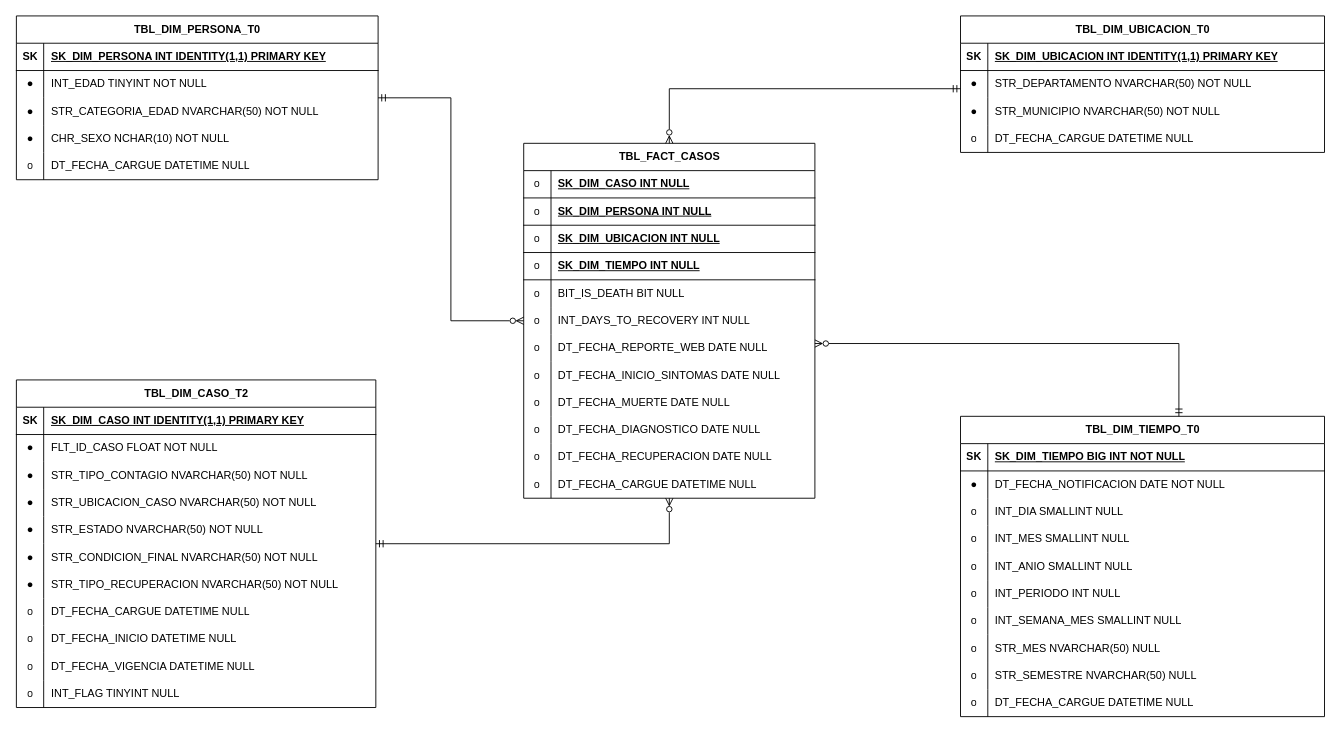
Before: DISENO/DIAGRAMA/ETL_COVID_19_COL_MODELO_ESTRELLA_FISICO.drawio in danieltorrez29/ETL_COVID_19_COLOMBIA, a draw.io diagram. Source tidied: cells renumbered, new cells numbered last; positions are measured from the earlier drawing's top-left corner, leaving out a move shared by most shapes. Both pictures are drawn from the tidied source at 91%, with x=0, y=0 at pixel (15, 15).
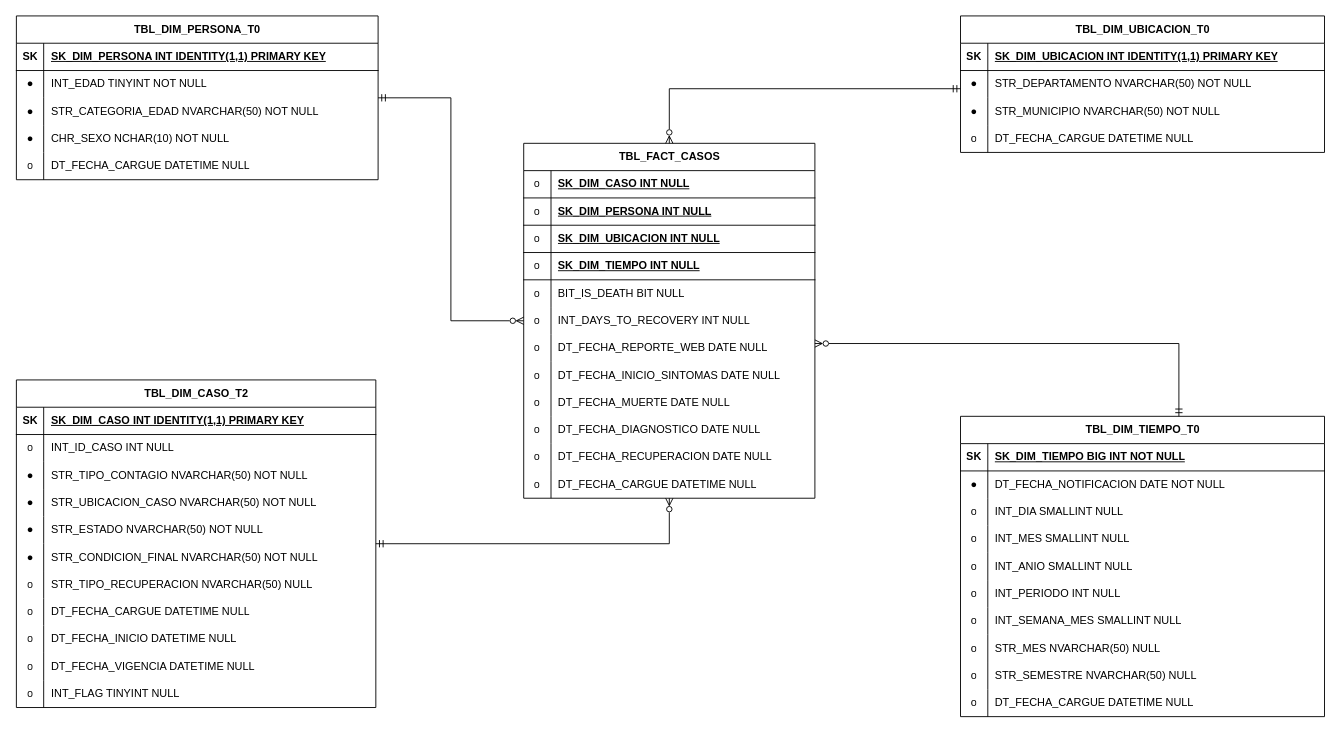
The same page after the edit.

Commit message (it also covers changes not shown here):
Update DIM_CASO_T2 model and add ETL package

The change refers to these unchanged cells:
```xml
<mxCell id="67" style="shape=tableRow;horizontal=0;startSize=0;swimlaneHead=0;swimlaneBody=0;fillColor=none;top=0;left=0;right=0;bottom=0;" parent="63" vertex="1">
  <mxGeometry y="60" width="395" height="30" as="geometry" />
</mxCell>
<mxCell id="82" style="shape=tableRow;horizontal=0;startSize=0;swimlaneHead=0;swimlaneBody=0;fillColor=none;top=0;left=0;right=0;bottom=0;" parent="63" vertex="1">
  <mxGeometry y="210" width="395" height="30" as="geometry" />
</mxCell>
```

What changed in the source:
```diff
@@
-    <mxCell id="68" value="●" style="shape=partialRectangle;fillColor=none;top=0;left=0;bottom=0;right=0;overflow=hidden;whiteSpace=wrap;html=1;" parent="67" vertex="1">
+    <mxCell id="68" value="o" style="shape=partialRectangle;fillColor=none;top=0;left=0;bottom=0;right=0;overflow=hidden;whiteSpace=wrap;html=1;" parent="67" vertex="1">
       <mxGeometry width="30" height="30" as="geometry" />
     </mxCell>
-    <mxCell id="69" value="FLT_ID_CASO FLOAT NOT NULL" style="shape=partialRectangle;fillColor=none;top=0;left=0;bottom=0;right=0;align=left;spacingLeft=6;overflow=hidden;whiteSpace=wrap;html=1;" parent="67" vertex="1">
+    <mxCell id="69" value="INT_ID_CASO INT NULL" style="shape=partialRectangle;fillColor=none;top=0;left=0;bottom=0;right=0;align=left;spacingLeft=6;overflow=hidden;whiteSpace=wrap;html=1;" parent="67" vertex="1">
       <mxGeometry x="30" width="365" height="30" as="geometry" />
     </mxCell>
@@
-    <mxCell id="83" value="●" style="shape=partialRectangle;fillColor=none;top=0;left=0;bottom=0;right=0;overflow=hidden;whiteSpace=wrap;html=1;" parent="82" vertex="1">
+    <mxCell id="83" value="o" style="shape=partialRectangle;fillColor=none;top=0;left=0;bottom=0;right=0;overflow=hidden;whiteSpace=wrap;html=1;" parent="82" vertex="1">
       <mxGeometry width="30" height="30" as="geometry" />
     </mxCell>
-    <mxCell id="84" value="STR_TIPO_RECUPERACION NVARCHAR(50) NOT NULL" style="shape=partialRectangle;fillColor=none;top=0;left=0;bottom=0;right=0;align=left;spacingLeft=6;overflow=hidden;whiteSpace=wrap;html=1;" parent="82" vertex="1">
+    <mxCell id="84" value="STR_TIPO_RECUPERACION NVARCHAR(50) NULL" style="shape=partialRectangle;fillColor=none;top=0;left=0;bottom=0;right=0;align=left;spacingLeft=6;overflow=hidden;whiteSpace=wrap;html=1;" parent="82" vertex="1">
       <mxGeometry x="30" width="365" height="30" as="geometry" />
     </mxCell>
```
